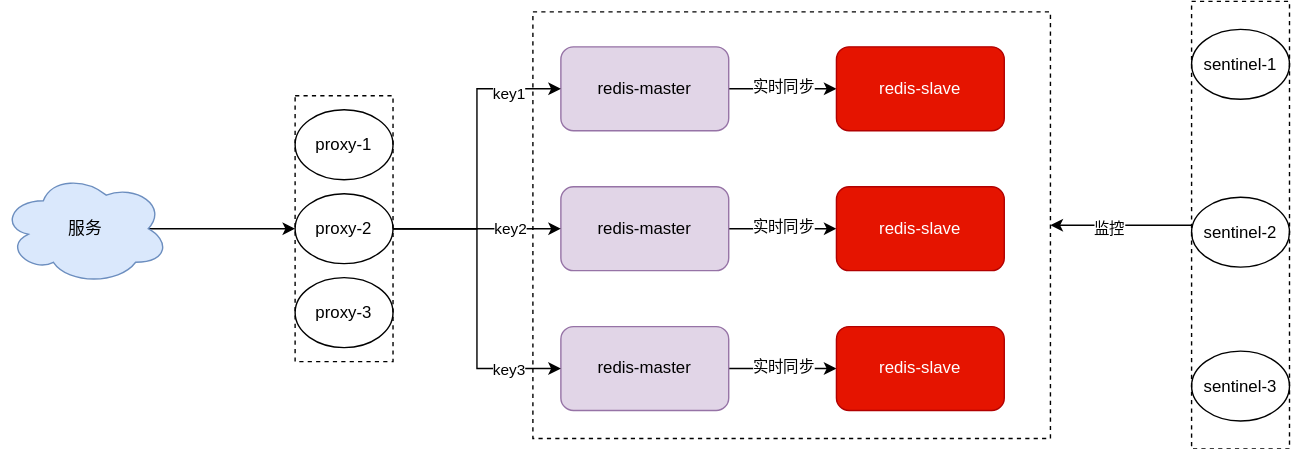
LuFudi/LuFudi.github.io keeps this draw.io diagram as picture/blog/redis/redis-5.svg. Above is the earlier version. Source tidied: cells renumbered, new cells last; positions are measured from the earlier drawing's top-left corner, leaving out a move shared by most shapes.
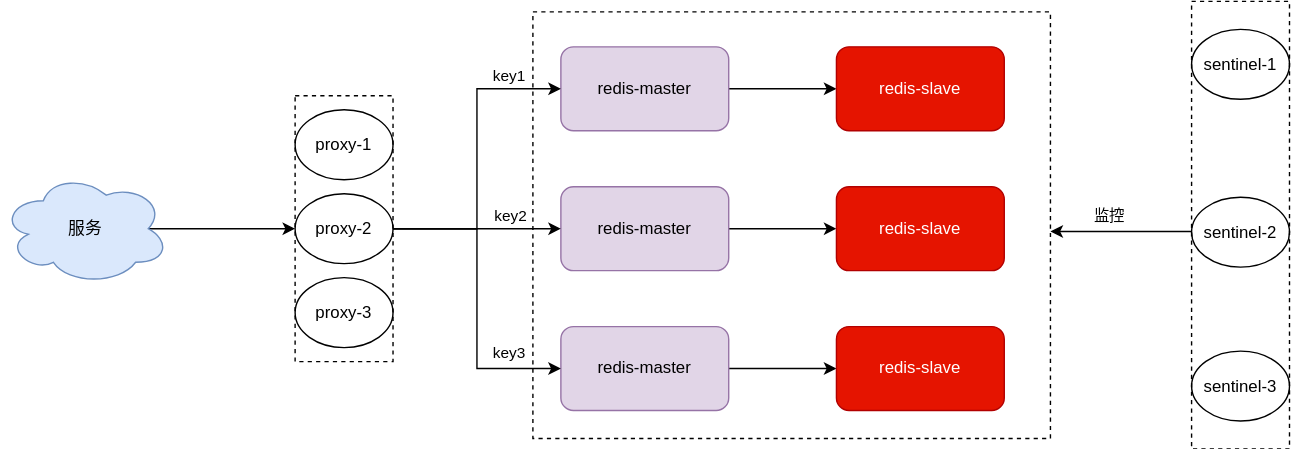
Later version of the same file.

The edit, as a diff of the source:
```diff
@@ -14,9 +14,6 @@
     <mxCell id="5" style="edgeStyle=orthogonalEdgeStyle;rounded=0;jettySize=auto;html=1;exitX=1;exitY=0.5;exitDx=0;exitDy=0;entryX=0;entryY=0.5;entryDx=0;entryDy=0;" parent="1" edge="1" source="7" target="8">
       <mxGeometry relative="1" as="geometry" />
     </mxCell>
-    <mxCell id="6" value="实时同步" style="edgeLabel;html=1;align=center;verticalAlign=middle;" parent="5" vertex="1">
-      <mxGeometry x="-0.02" y="2" relative="1" as="geometry" />
-    </mxCell>
     <mxCell id="7" value="redis-master" style="rounded=1;whiteSpace=wrap;html=1;fillColor=#e1d5e7;strokeColor=#9673a6;" parent="1" vertex="1">
       <mxGeometry x="400" y="132" width="120" height="60" as="geometry" />
     </mxCell>
@@ -26,9 +23,6 @@
     <mxCell id="9" style="edgeStyle=orthogonalEdgeStyle;rounded=0;jettySize=auto;html=1;exitX=1;exitY=0.5;exitDx=0;exitDy=0;entryX=0;entryY=0.5;entryDx=0;entryDy=0;" parent="1" edge="1" source="11" target="12">
       <mxGeometry relative="1" as="geometry" />
     </mxCell>
-    <mxCell id="10" value="实时同步" style="edgeLabel;html=1;align=center;verticalAlign=middle;" parent="9" vertex="1">
-      <mxGeometry x="-0.02" y="2" relative="1" as="geometry" />
-    </mxCell>
     <mxCell id="11" value="redis-master" style="rounded=1;whiteSpace=wrap;html=1;fillColor=#e1d5e7;strokeColor=#9673a6;" parent="1" vertex="1">
       <mxGeometry x="400" y="232" width="120" height="60" as="geometry" />
     </mxCell>
@@ -38,9 +32,6 @@
     <mxCell id="13" style="edgeStyle=orthogonalEdgeStyle;rounded=0;jettySize=auto;html=1;exitX=1;exitY=0.5;exitDx=0;exitDy=0;entryX=0;entryY=0.5;entryDx=0;entryDy=0;" parent="1" edge="1" source="15" target="16">
       <mxGeometry relative="1" as="geometry" />
     </mxCell>
-    <mxCell id="14" value="实时同步" style="edgeLabel;html=1;align=center;verticalAlign=middle;" parent="13" vertex="1">
-      <mxGeometry x="-0.02" y="2" relative="1" as="geometry" />
-    </mxCell>
     <mxCell id="15" value="redis-master" style="rounded=1;whiteSpace=wrap;html=1;fillColor=#e1d5e7;strokeColor=#9673a6;" parent="1" vertex="1">
       <mxGeometry x="400" y="32" width="120" height="60" as="geometry" />
     </mxCell>
@@ -62,17 +53,24 @@
     <mxCell id="21" value="sentinel-3" style="ellipse;whiteSpace=wrap;html=1;fillColor=none;" parent="1" vertex="1">
       <mxGeometry x="850.9" y="249.5" width="70" height="50" as="geometry" />
     </mxCell>
-    <mxCell id="22" style="endArrow=classic;html=1;rounded=0;exitX=0;exitY=0.5;exitDx=0;exitDy=0;entryX=1;entryY=0.5;entryDx=0;entryDy=0;" parent="1" edge="1" source="18" target="17">
-      <mxGeometry relative="1" as="geometry" />
+    <mxCell id="22" style="endArrow=classic;html=1;rounded=0;exitX=0;exitY=0.5;exitDx=0;exitDy=0;entryX=1;entryY=0.5;entryDx=0;entryDy=0;labelBackgroundColor=none;" parent="1" edge="1">
+      <mxGeometry relative="1" as="geometry">
+        <mxPoint x="850.9" y="164" as="sourcePoint" />
+        <mxPoint x="750" y="164" as="targetPoint" />
+      </mxGeometry>
     </mxCell>
     <mxCell id="23" value="监控" style="edgeLabel;html=1;align=center;verticalAlign=middle;" parent="22" vertex="1">
-      <mxGeometry x="0.17" y="2" relative="1" as="geometry" />
+      <mxGeometry x="0.17" y="2" relative="1" as="geometry">
+        <mxPoint y="-14" as="offset" />
+      </mxGeometry>
     </mxCell>
     <mxCell id="24" style="edgeStyle=orthogonalEdgeStyle;rounded=0;jettySize=auto;html=1;exitX=1;exitY=0.5;exitDx=0;exitDy=0;entryX=0;entryY=0.5;entryDx=0;entryDy=0;" parent="1" edge="1" source="26" target="15">
       <mxGeometry relative="1" as="geometry" />
     </mxCell>
-    <mxCell id="25" value="key1" style="edgeLabel;html=1;align=center;verticalAlign=middle;" parent="24" vertex="1">
-      <mxGeometry x="0.65" y="-3" relative="1" as="geometry" />
+    <mxCell id="25" value="key1" style="edgeLabel;html=1;align=center;verticalAlign=middle;labelBackgroundColor=none;" parent="24" vertex="1">
+      <mxGeometry x="0.65" y="-3" relative="1" as="geometry">
+        <mxPoint y="-13" as="offset" />
+      </mxGeometry>
     </mxCell>
     <mxCell id="26" value="&lt;span style=&quot;color: rgba(0, 0, 0, 0); font-family: monospace; font-size: 0px; text-align: start; text-wrap: nowrap;&quot;&gt;%3CmxGraphModel%3E%3Croot%3E%3CmxCell%20id%3D%220%22%2F%3E%3CmxCell%20id%3D%221%22%20parent%3D%220%22%2F%3E%3CmxCell%20id%3D%222%22%20value%3D%22sentinel-1%22%20style%3D%22ellipse%3BwhiteSpace%3Dwrap%3Bhtml%3D1%3B%22%20vertex%3D%221%22%20parent%3D%221%22%3E%3CmxGeometry%20x%3D%22710%22%20y%3D%22300%22%20width%3D%2270%22%20height%3D%2250%22%20as%3D%22geometry%22%2F%3E%3C%2FmxCell%3E%3C%2Froot%3E%3C%2FmxGraphModel%3E&lt;/span&gt;" style="rounded=0;whiteSpace=wrap;html=1;dashed=1;fillColor=none;" parent="1" vertex="1">
       <mxGeometry x="210" y="67" width="70" height="190" as="geometry" />
@@ -83,14 +81,18 @@
     <mxCell id="28" style="edgeStyle=orthogonalEdgeStyle;rounded=0;jettySize=auto;html=1;exitX=1;exitY=0.5;exitDx=0;exitDy=0;entryX=0;entryY=0.5;entryDx=0;entryDy=0;" parent="1" edge="1" source="32" target="7">
       <mxGeometry relative="1" as="geometry" />
     </mxCell>
-    <mxCell id="29" value="key2" style="edgeLabel;html=1;align=center;verticalAlign=middle;" parent="28" vertex="1">
-      <mxGeometry x="0.38" y="1" relative="1" as="geometry" />
+    <mxCell id="29" value="key2" style="edgeLabel;html=1;align=center;verticalAlign=middle;labelBackgroundColor=none;" parent="28" vertex="1">
+      <mxGeometry x="0.38" y="1" relative="1" as="geometry">
+        <mxPoint y="-9" as="offset" />
+      </mxGeometry>
     </mxCell>
     <mxCell id="30" style="edgeStyle=orthogonalEdgeStyle;rounded=0;jettySize=auto;html=1;exitX=1;exitY=0.5;exitDx=0;exitDy=0;entryX=0;entryY=0.5;entryDx=0;entryDy=0;" parent="1" edge="1" source="32" target="11">
       <mxGeometry relative="1" as="geometry" />
     </mxCell>
-    <mxCell id="31" value="key3" style="edgeLabel;html=1;align=center;verticalAlign=middle;" parent="30" vertex="1">
-      <mxGeometry x="0.65" relative="1" as="geometry" />
+    <mxCell id="31" value="key3" style="edgeLabel;html=1;align=center;verticalAlign=middle;labelBackgroundColor=none;" parent="30" vertex="1">
+      <mxGeometry x="0.65" relative="1" as="geometry">
+        <mxPoint y="-12" as="offset" />
+      </mxGeometry>
     </mxCell>
     <mxCell id="32" value="proxy-2" style="ellipse;whiteSpace=wrap;html=1;fillColor=none;" parent="1" vertex="1">
       <mxGeometry x="210" y="137" width="70" height="50" as="geometry" />
```
